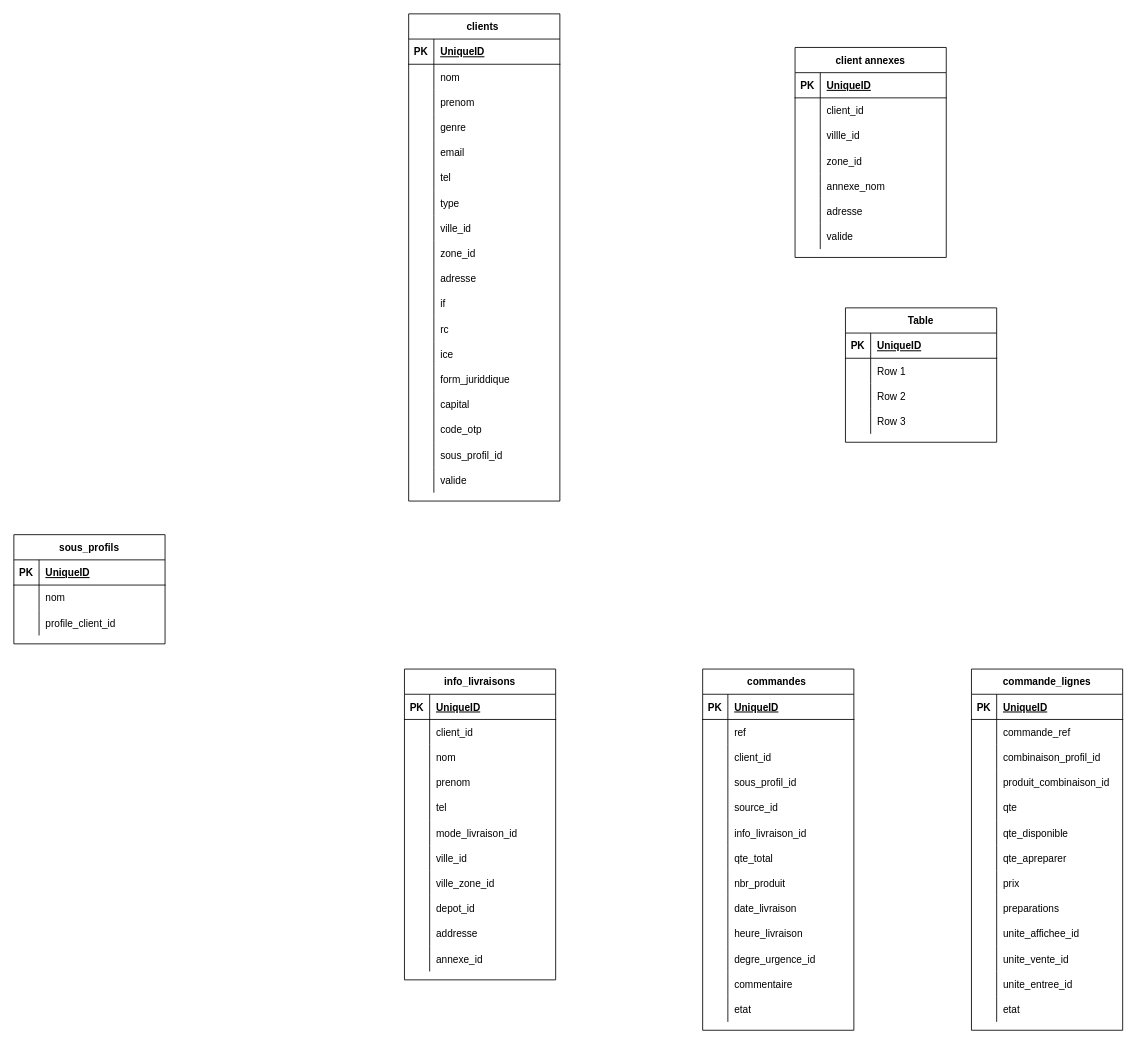
The draw.io diagram logistics db.drawio in hbenflouka/diagrames, before the edit. Source tidied: cells renumbered, new cells numbered last; positions are measured from the earlier drawing's top-left corner, leaving out a move shared by most shapes. Both pictures are drawn from the tidied source at 84%, with x=0, y=0 at pixel (13, 13).
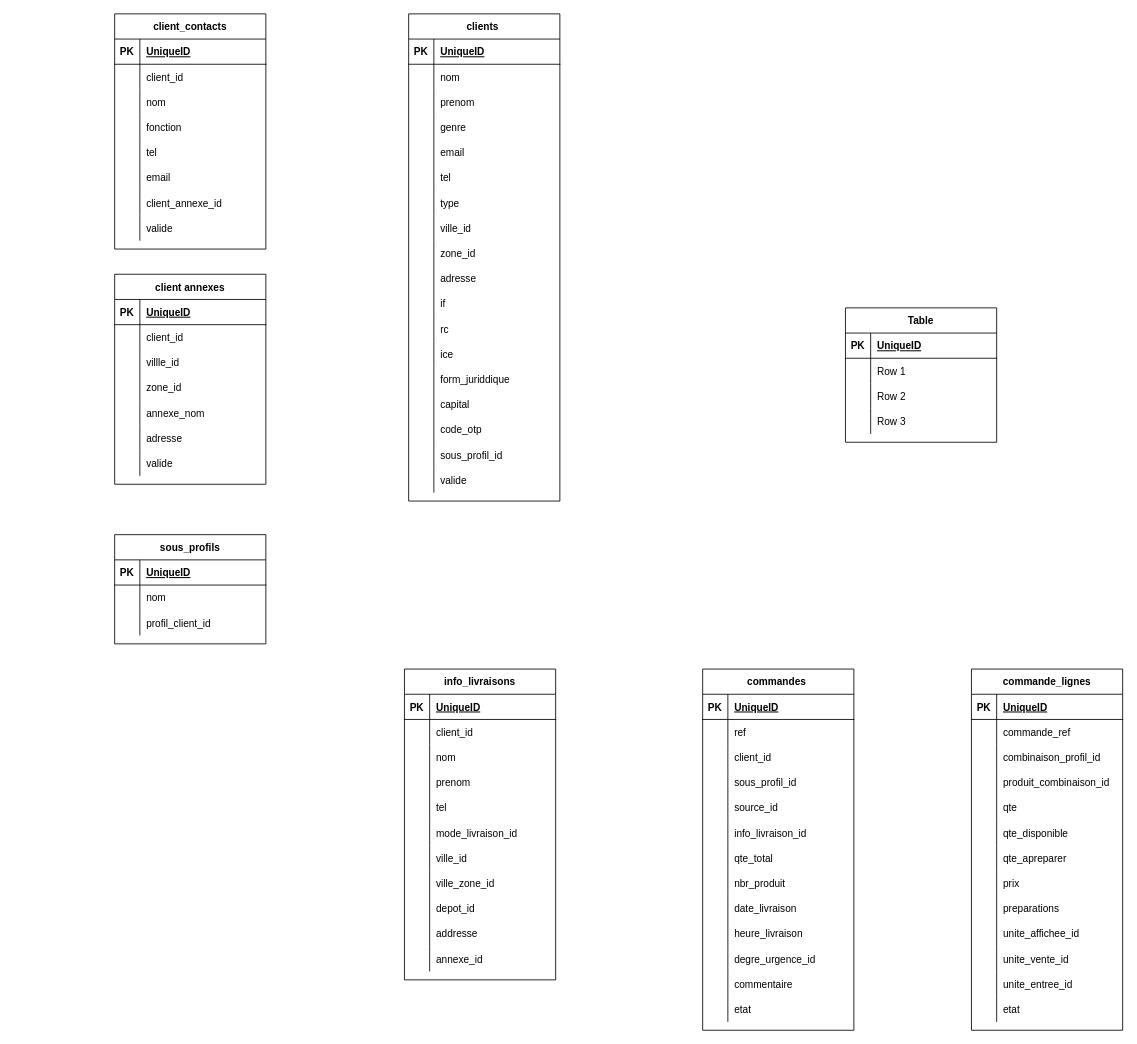
The same page after the edit.

The change refers to these unchanged cells:
```xml
<mxCell id="213" style="shape=tableRow;horizontal=0;startSize=0;swimlaneHead=0;swimlaneBody=0;fillColor=none;top=0;left=0;right=0;bottom=0;" parent="206" vertex="1">
  <mxGeometry y="90" width="180" height="30" as="geometry" />
</mxCell>
```

The edit, as a diff of the source:
```diff
@@
     <mxCell id="184" value="client annexes" style="shape=table;startSize=30;childLayout=tableLayout;rowLines=0;fontStyle=1;align=center;" parent="1" vertex="1">
-      <mxGeometry x="930" y="40" width="180" height="250" as="geometry" />
+      <mxGeometry x="120" y="310" width="180" height="250" as="geometry" />
     </mxCell>
@@
     <mxCell id="206" value="sous_profils" style="shape=table;startSize=30;childLayout=tableLayout;rowLines=0;fontStyle=1;align=center;" parent="1" vertex="1">
-      <mxGeometry y="620" width="180" height="130" as="geometry" />
+      <mxGeometry x="120" y="620" width="180" height="130" as="geometry" />
     </mxCell>
@@
-    <mxCell id="215" value="profile_client_id" style="shape=partialRectangle;fillColor=none;top=0;left=0;bottom=0;right=0;align=left;spacingLeft=6;overflow=hidden;" parent="213" vertex="1">
+    <mxCell id="215" value="profil_client_id" style="shape=partialRectangle;fillColor=none;top=0;left=0;bottom=0;right=0;align=left;spacingLeft=6;overflow=hidden;" parent="213" vertex="1">
       <mxGeometry x="30" width="150" height="30" as="geometry" />
     </mxCell>
+    <mxCell id="216" value="client_contacts" style="shape=table;startSize=30;childLayout=tableLayout;rowLines=0;fontStyle=1;align=center;" parent="1" vertex="1">
+      <mxGeometry x="120" width="180" height="280" as="geometry" />
+    </mxCell>
+    <mxCell id="217" style="shape=tableRow;horizontal=0;startSize=0;swimlaneHead=0;swimlaneBody=0;fillColor=none;top=0;left=0;right=0;bottom=1;" parent="216" vertex="1">
+      <mxGeometry y="30" width="180" height="30" as="geometry" />
+    </mxCell>
+    <mxCell id="218" value="PK" style="shape=partialRectangle;fillColor=none;top=0;left=0;bottom=0;right=0;fontStyle=1;overflow=hidden;" parent="217" vertex="1">
+      <mxGeometry width="30" height="30" as="geometry" />
+    </mxCell>
+    <mxCell id="219" value="UniqueID" style="shape=partialRectangle;fillColor=none;top=0;left=0;bottom=0;right=0;align=left;spacingLeft=6;fontStyle=5;overflow=hidden;" parent="217" vertex="1">
+      <mxGeometry x="30" width="150" height="30" as="geometry" />
+    </mxCell>
+    <mxCell id="220" style="shape=tableRow;horizontal=0;startSize=0;swimlaneHead=0;swimlaneBody=0;fillColor=none;top=0;left=0;right=0;bottom=0;" parent="216" vertex="1">
+      <mxGeometry y="60" width="180" height="30" as="geometry" />
+    </mxCell>
+    <mxCell id="221" style="shape=partialRectangle;fillColor=none;top=0;left=0;bottom=0;right=0;overflow=hidden;" parent="220" vertex="1">
+      <mxGeometry width="30" height="30" as="geometry" />
+    </mxCell>
+    <mxCell id="222" value="client_id" style="shape=partialRectangle;fillColor=none;top=0;left=0;bottom=0;right=0;align=left;spacingLeft=6;overflow=hidden;" parent="220" vertex="1">
+      <mxGeometry x="30" width="150" height="30" as="geometry" />
+    </mxCell>
+    <mxCell id="223" style="shape=tableRow;horizontal=0;startSize=0;swimlaneHead=0;swimlaneBody=0;fillColor=none;top=0;left=0;right=0;bottom=0;" parent="216" vertex="1">
+      <mxGeometry y="90" width="180" height="30" as="geometry" />
+    </mxCell>
+    <mxCell id="224" style="shape=partialRectangle;fillColor=none;top=0;left=0;bottom=0;right=0;overflow=hidden;" parent="223" vertex="1">
+      <mxGeometry width="30" height="30" as="geometry" />
+    </mxCell>
+    <mxCell id="225" value="nom" style="shape=partialRectangle;fillColor=none;top=0;left=0;bottom=0;right=0;align=left;spacingLeft=6;overflow=hidden;" parent="223" vertex="1">
+      <mxGeometry x="30" width="150" height="30" as="geometry" />
+    </mxCell>
+    <mxCell id="226" style="shape=tableRow;horizontal=0;startSize=0;swimlaneHead=0;swimlaneBody=0;fillColor=none;top=0;left=0;right=0;bottom=0;" parent="216" vertex="1">
+      <mxGeometry y="120" width="180" height="30" as="geometry" />
+    </mxCell>
+    <mxCell id="227" style="shape=partialRectangle;fillColor=none;top=0;left=0;bottom=0;right=0;overflow=hidden;" parent="226" vertex="1">
+      <mxGeometry width="30" height="30" as="geometry" />
+    </mxCell>
+    <mxCell id="228" value="fonction" style="shape=partialRectangle;fillColor=none;top=0;left=0;bottom=0;right=0;align=left;spacingLeft=6;overflow=hidden;" parent="226" vertex="1">
+      <mxGeometry x="30" width="150" height="30" as="geometry" />
+    </mxCell>
+    <mxCell id="229" style="shape=tableRow;horizontal=0;startSize=0;swimlaneHead=0;swimlaneBody=0;fillColor=none;top=0;left=0;right=0;bottom=0;" parent="216" vertex="1">
+      <mxGeometry y="150" width="180" height="30" as="geometry" />
+    </mxCell>
+    <mxCell id="230" style="shape=partialRectangle;fillColor=none;top=0;left=0;bottom=0;right=0;overflow=hidden;" parent="229" vertex="1">
+      <mxGeometry width="30" height="30" as="geometry" />
+    </mxCell>
+    <mxCell id="231" value="tel" style="shape=partialRectangle;fillColor=none;top=0;left=0;bottom=0;right=0;align=left;spacingLeft=6;overflow=hidden;" parent="229" vertex="1">
+      <mxGeometry x="30" width="150" height="30" as="geometry" />
+    </mxCell>
+    <mxCell id="232" style="shape=tableRow;horizontal=0;startSize=0;swimlaneHead=0;swimlaneBody=0;fillColor=none;top=0;left=0;right=0;bottom=0;" parent="216" vertex="1">
+      <mxGeometry y="180" width="180" height="30" as="geometry" />
+    </mxCell>
+    <mxCell id="233" style="shape=partialRectangle;fillColor=none;top=0;left=0;bottom=0;right=0;overflow=hidden;" parent="232" vertex="1">
+      <mxGeometry width="30" height="30" as="geometry" />
+    </mxCell>
+    <mxCell id="234" value="email" style="shape=partialRectangle;fillColor=none;top=0;left=0;bottom=0;right=0;align=left;spacingLeft=6;overflow=hidden;" parent="232" vertex="1">
+      <mxGeometry x="30" width="150" height="30" as="geometry" />
+    </mxCell>
+    <mxCell id="235" style="shape=tableRow;horizontal=0;startSize=0;swimlaneHead=0;swimlaneBody=0;fillColor=none;top=0;left=0;right=0;bottom=0;" parent="216" vertex="1">
+      <mxGeometry y="210" width="180" height="30" as="geometry" />
+    </mxCell>
+    <mxCell id="236" style="shape=partialRectangle;fillColor=none;top=0;left=0;bottom=0;right=0;overflow=hidden;" parent="235" vertex="1">
+      <mxGeometry width="30" height="30" as="geometry" />
+    </mxCell>
+    <mxCell id="237" value="client_annexe_id" style="shape=partialRectangle;fillColor=none;top=0;left=0;bottom=0;right=0;align=left;spacingLeft=6;overflow=hidden;" parent="235" vertex="1">
+      <mxGeometry x="30" width="150" height="30" as="geometry" />
+    </mxCell>
+    <mxCell id="238" style="shape=tableRow;horizontal=0;startSize=0;swimlaneHead=0;swimlaneBody=0;fillColor=none;top=0;left=0;right=0;bottom=0;" parent="216" vertex="1">
+      <mxGeometry y="240" width="180" height="30" as="geometry" />
+    </mxCell>
+    <mxCell id="239" style="shape=partialRectangle;fillColor=none;top=0;left=0;bottom=0;right=0;overflow=hidden;" parent="238" vertex="1">
+      <mxGeometry width="30" height="30" as="geometry" />
+    </mxCell>
+    <mxCell id="240" value="valide" style="shape=partialRectangle;fillColor=none;top=0;left=0;bottom=0;right=0;align=left;spacingLeft=6;overflow=hidden;" parent="238" vertex="1">
+      <mxGeometry x="30" width="150" height="30" as="geometry" />
+    </mxCell>
```
